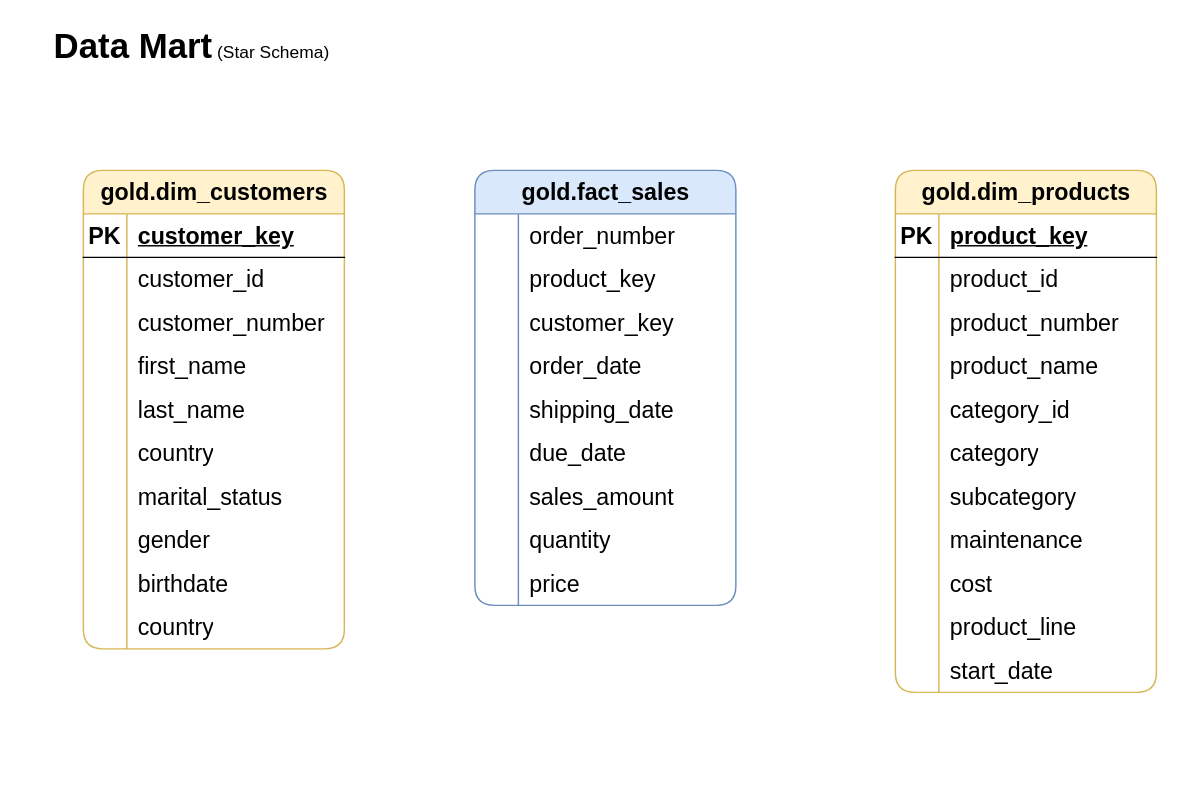
Before: docs/data_model.drawio in Bhavya-02022000/DWH_project, a draw.io diagram. Source tidied: cells renumbered, new cells numbered last; positions are measured from the earlier drawing's top-left corner, leaving out a move shared by most shapes. Both pictures are drawn from the tidied source at 145%, with x=0, y=0 at pixel (25, 25).
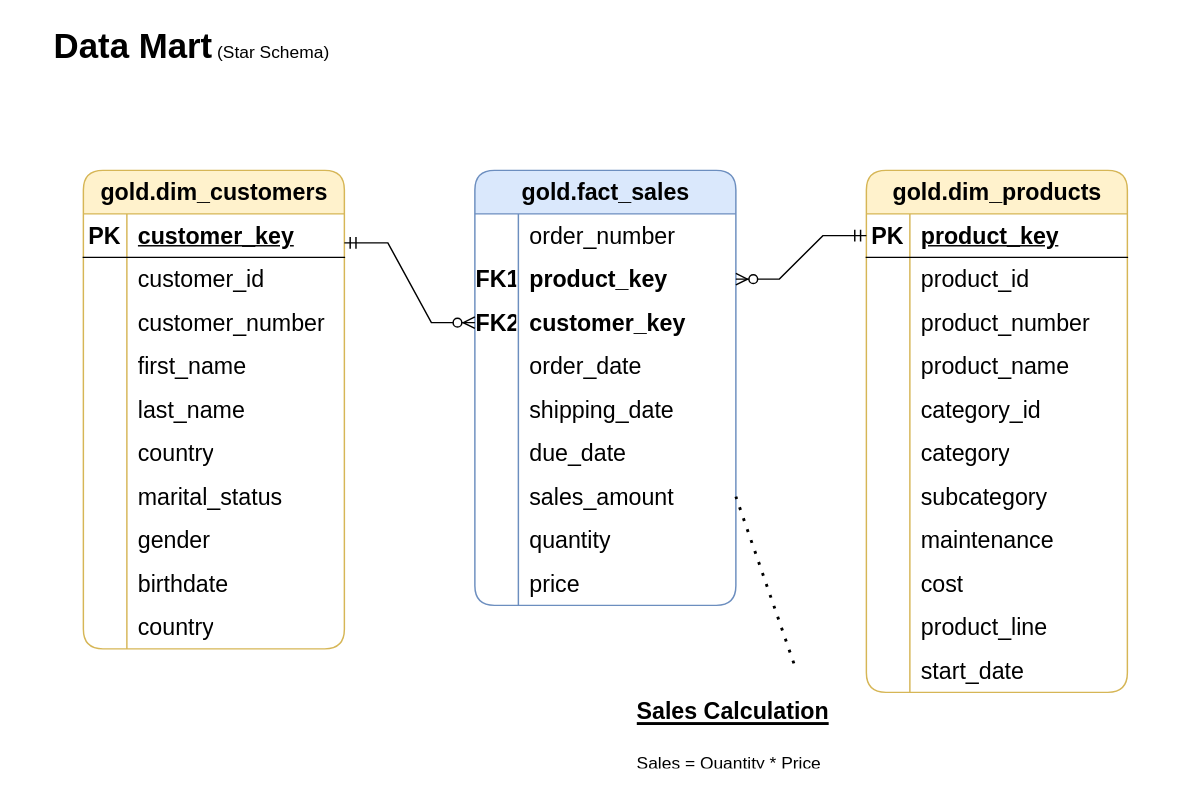
Above is the later version.

The change refers to these unchanged cells:
```xml
<mxCell id="35" style="shape=tableRow;horizontal=0;startSize=0;swimlaneHead=0;swimlaneBody=0;fillColor=none;points=[[0,0.5],[1,0.5]];portConstraint=eastwest;top=0;left=0;right=0;bottom=1;fontSize=16;" parent="34" vertex="1">
  <mxGeometry y="30" width="180" height="30" as="geometry" />
</mxCell>
<mxCell id="72" style="shape=tableRow;horizontal=0;startSize=0;swimlaneHead=0;swimlaneBody=0;fillColor=none;points=[[0,0.5],[1,0.5]];portConstraint=eastwest;top=0;left=0;right=0;bottom=0;fontSize=16;" parent="68" vertex="1">
  <mxGeometry y="60" width="180" height="30" as="geometry" />
</mxCell>
<mxCell id="75" style="shape=tableRow;horizontal=0;startSize=0;swimlaneHead=0;swimlaneBody=0;fillColor=none;points=[[0,0.5],[1,0.5]];portConstraint=eastwest;top=0;left=0;right=0;bottom=0;fontSize=16;" parent="68" vertex="1">
  <mxGeometry y="90" width="180" height="30" as="geometry" />
</mxCell>
<mxCell id="87" style="shape=tableRow;horizontal=0;startSize=0;swimlaneHead=0;swimlaneBody=0;fillColor=none;points=[[0,0.5],[1,0.5]];portConstraint=eastwest;top=0;left=0;right=0;bottom=0;fontSize=16;" parent="68" vertex="1">
  <mxGeometry y="210" width="180" height="30" as="geometry" />
</mxCell>
```

The edit, as a diff of the source:
```diff
@@
     <mxCell id="34" value="gold.dim_products" style="shape=table;startSize=30;childLayout=tableLayout;rowLines=0;fontStyle=1;align=center;html=1;rounded=1;fillColor=#fff2cc;strokeColor=#d6b656;fontSize=16;" parent="1" vertex="1">
-      <mxGeometry x="600" y="100" width="180" height="360" as="geometry" />
+      <mxGeometry x="580" y="100" width="180" height="360" as="geometry" />
     </mxCell>
@@
-    <mxCell id="73" style="shape=partialRectangle;fillColor=none;top=0;left=0;bottom=0;right=0;overflow=hidden;whiteSpace=wrap;html=1;fontSize=16;" parent="72" vertex="1">
+    <mxCell id="73" value="&lt;b&gt;FK1&lt;/b&gt;" style="shape=partialRectangle;fillColor=none;top=0;left=0;bottom=0;right=0;overflow=hidden;whiteSpace=wrap;html=1;fontSize=16;" parent="72" vertex="1">
       <mxGeometry width="30" height="30" as="geometry" />
     </mxCell>
-    <mxCell id="74" value="product_key" style="shape=partialRectangle;fillColor=none;top=0;left=0;bottom=0;right=0;align=left;spacingLeft=6;overflow=hidden;whiteSpace=wrap;html=1;fontSize=16;" parent="72" vertex="1">
+    <mxCell id="74" value="&lt;b&gt;product_key&lt;/b&gt;" style="shape=partialRectangle;fillColor=none;top=0;left=0;bottom=0;right=0;align=left;spacingLeft=6;overflow=hidden;whiteSpace=wrap;html=1;fontSize=16;" parent="72" vertex="1">
       <mxGeometry x="30" width="150" height="30" as="geometry" />
     </mxCell>
@@
-    <mxCell id="76" style="shape=partialRectangle;fillColor=none;top=0;left=0;bottom=0;right=0;overflow=hidden;whiteSpace=wrap;html=1;fontSize=16;" parent="75" vertex="1">
+    <mxCell id="76" value="&lt;b&gt;FK2&lt;/b&gt;" style="shape=partialRectangle;fillColor=none;top=0;left=0;bottom=0;right=0;overflow=hidden;whiteSpace=wrap;html=1;fontSize=16;" parent="75" vertex="1">
       <mxGeometry width="30" height="30" as="geometry" />
     </mxCell>
-    <mxCell id="77" value="customer_key" style="shape=partialRectangle;fillColor=none;top=0;left=0;bottom=0;right=0;align=left;spacingLeft=6;overflow=hidden;whiteSpace=wrap;html=1;fontSize=16;" parent="75" vertex="1">
+    <mxCell id="77" value="&lt;b&gt;customer_key&lt;/b&gt;" style="shape=partialRectangle;fillColor=none;top=0;left=0;bottom=0;right=0;align=left;spacingLeft=6;overflow=hidden;whiteSpace=wrap;html=1;fontSize=16;" parent="75" vertex="1">
       <mxGeometry x="30" width="150" height="30" as="geometry" />
     </mxCell>
@@
+    <mxCell id="96" style="edgeStyle=entityRelationEdgeStyle;fontSize=12;html=1;endArrow=ERzeroToMany;startArrow=ERmandOne;rounded=0;entryX=0;entryY=0.5;entryDx=0;entryDy=0;" parent="1" edge="1" target="75">
+      <mxGeometry relative="1" as="geometry">
+        <mxPoint x="220" y="150" as="sourcePoint" />
+      </mxGeometry>
+    </mxCell>
+    <mxCell id="97" style="edgeStyle=entityRelationEdgeStyle;fontSize=12;html=1;endArrow=ERzeroToMany;startArrow=ERmandOne;rounded=0;entryX=1;entryY=0.5;entryDx=0;entryDy=0;exitX=0;exitY=0.5;exitDx=0;exitDy=0;" parent="1" edge="1" source="35" target="72">
+      <mxGeometry relative="1" as="geometry" />
+    </mxCell>
+    <mxCell id="98" value="&lt;h1 style=&quot;margin-top: 0px;&quot;&gt;&lt;u&gt;&lt;font style=&quot;font-size: 16px;&quot;&gt;Sales Calculation&lt;/font&gt;&lt;/u&gt;&lt;/h1&gt;&lt;p&gt;Sales = Quantity * Price&lt;/p&gt;" style="text;html=1;whiteSpace=wrap;overflow=hidden;rounded=0;" parent="1" vertex="1">
+      <mxGeometry x="420" y="450" width="150" height="60" as="geometry" />
+    </mxCell>
+    <mxCell id="99" style="endArrow=none;dashed=1;html=1;dashPattern=1 3;strokeWidth=2;rounded=0;entryX=1;entryY=0.5;entryDx=0;entryDy=0;" parent="1" edge="1" target="87">
+      <mxGeometry relative="1" as="geometry">
+        <mxPoint x="530" y="440" as="sourcePoint" />
+      </mxGeometry>
+    </mxCell>
```
